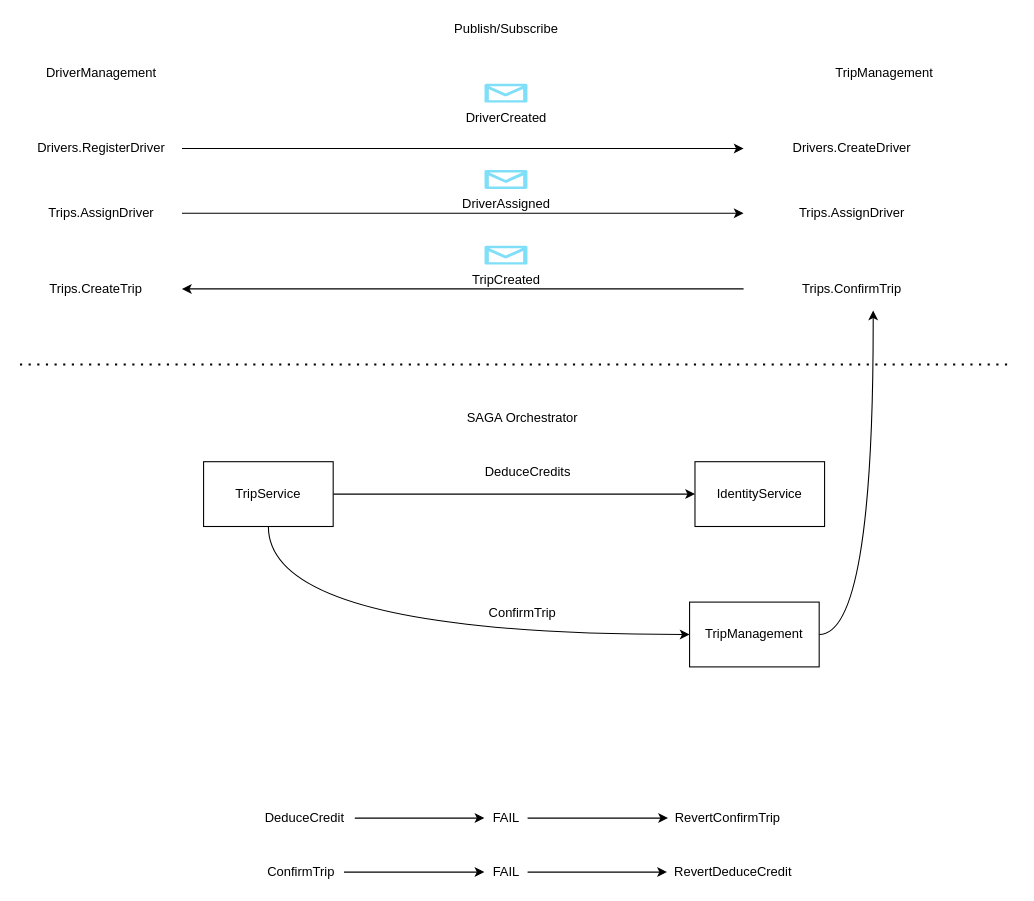
The draw.io diagram page "Page-1" (1 of 2) of UseCases.drawio in kowalski77/DynamicDriving, before the edit. Source tidied: cells renumbered, new cells numbered last; positions are measured from the earlier drawing's top-left corner, leaving out a move shared by most shapes. Both pictures are drawn from the tidied source at 108%, with x=0, y=0 at pixel (19, 18).
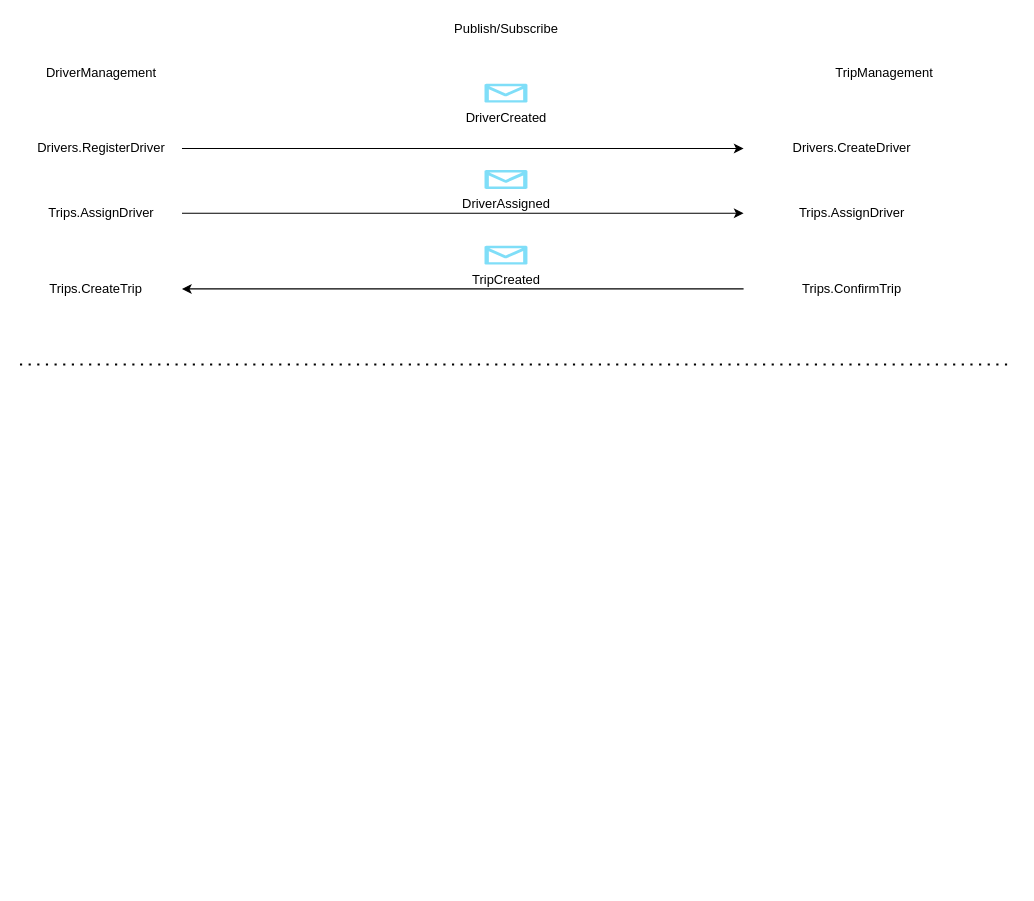
After the change.

What changed in the source:
```diff
@@
-    <mxCell id="17" style="edgeStyle=orthogonalEdgeStyle;curved=1;jettySize=auto;html=1;entryX=0;entryY=0.5;entryDx=0;entryDy=0;" parent="1" edge="1" source="19" target="24">
-      <mxGeometry relative="1" as="geometry">
-        <Array as="points">
-          <mxPoint x="230" y="570" />
-        </Array>
-      </mxGeometry>
-    </mxCell>
-    <mxCell id="18" style="edgeStyle=orthogonalEdgeStyle;curved=1;jettySize=auto;html=1;" parent="1" edge="1" source="19" target="22">
-      <mxGeometry relative="1" as="geometry">
-        <Array as="points">
-          <mxPoint x="540" y="440" />
-          <mxPoint x="540" y="440" />
-        </Array>
-      </mxGeometry>
-    </mxCell>
-    <mxCell id="19" value="TripService" style="rounded=0;whiteSpace=wrap;html=1;sketch=0;shadow=0;glass=0;" parent="1" vertex="1">
-      <mxGeometry x="170" y="410" width="120" height="60" as="geometry" />
-    </mxCell>
-    <mxCell id="20" value="SAGA Orchestrator" style="text;html=1;align=center;verticalAlign=middle;strokeColor=none;fillColor=none;" parent="1" vertex="1">
-      <mxGeometry x="405" y="360" width="120" height="20" as="geometry" />
-    </mxCell>
@@
-    <mxCell id="22" value="IdentityService" style="rounded=0;whiteSpace=wrap;html=1;sketch=0;shadow=0;glass=0;" parent="1" vertex="1">
-      <mxGeometry x="625" y="410" width="120" height="60" as="geometry" />
-    </mxCell>
-    <mxCell id="23" style="edgeStyle=orthogonalEdgeStyle;curved=1;jettySize=auto;html=1;" parent="1" edge="1" source="24">
-      <mxGeometry relative="1" as="geometry">
-        <mxPoint x="790" y="270" as="targetPoint" />
-      </mxGeometry>
-    </mxCell>
-    <mxCell id="24" value="TripManagement" style="rounded=0;whiteSpace=wrap;html=1;sketch=0;shadow=0;glass=0;" parent="1" vertex="1">
-      <mxGeometry x="620" y="540" width="120" height="60" as="geometry" />
-    </mxCell>
-    <mxCell id="25" value="DeduceCredits" style="text;html=1;align=center;verticalAlign=middle;strokeColor=none;fillColor=none;" parent="1" vertex="1">
-      <mxGeometry x="425" y="410" width="90" height="20" as="geometry" />
-    </mxCell>
-    <mxCell id="26" value="ConfirmTrip" style="text;html=1;align=center;verticalAlign=middle;strokeColor=none;fillColor=none;" parent="1" vertex="1">
-      <mxGeometry x="425" y="540" width="80" height="20" as="geometry" />
-    </mxCell>
-    <mxCell id="27" style="edgeStyle=orthogonalEdgeStyle;curved=1;jettySize=auto;html=1;" parent="1" edge="1" source="28">
-      <mxGeometry relative="1" as="geometry">
-        <mxPoint x="430" y="740" as="targetPoint" />
-      </mxGeometry>
-    </mxCell>
-    <mxCell id="28" value="DeduceCredit&amp;nbsp;" style="text;html=1;align=center;verticalAlign=middle;points=[];strokeColor=none;fillColor=none;" parent="1" vertex="1">
-      <mxGeometry x="220" y="730" width="90" height="20" as="geometry" />
-    </mxCell>
-    <mxCell id="29" style="edgeStyle=orthogonalEdgeStyle;curved=1;jettySize=auto;html=1;" parent="1" edge="1" source="30" target="31">
-      <mxGeometry relative="1" as="geometry" />
-    </mxCell>
-    <mxCell id="30" value="FAIL" style="text;html=1;align=center;verticalAlign=middle;points=[];strokeColor=none;fillColor=none;" parent="1" vertex="1">
-      <mxGeometry x="430" y="730" width="40" height="20" as="geometry" />
-    </mxCell>
-    <mxCell id="31" value="RevertConfirmTrip" style="text;html=1;align=center;verticalAlign=middle;points=[];strokeColor=none;fillColor=none;" parent="1" vertex="1">
-      <mxGeometry x="600" y="730" width="110" height="20" as="geometry" />
-    </mxCell>
-    <mxCell id="32" style="edgeStyle=orthogonalEdgeStyle;curved=1;jettySize=auto;html=1;" parent="1" edge="1" source="33" target="35">
-      <mxGeometry relative="1" as="geometry" />
-    </mxCell>
-    <mxCell id="33" value="ConfirmTrip" style="text;html=1;align=center;verticalAlign=middle;points=[];strokeColor=none;fillColor=none;" parent="1" vertex="1">
-      <mxGeometry x="220" y="780" width="80" height="20" as="geometry" />
-    </mxCell>
-    <mxCell id="34" style="edgeStyle=orthogonalEdgeStyle;curved=1;jettySize=auto;html=1;entryX=-0.008;entryY=0.5;entryDx=0;entryDy=0;entryPerimeter=0;" parent="1" edge="1" source="35" target="36">
-      <mxGeometry relative="1" as="geometry" />
-    </mxCell>
-    <mxCell id="35" value="FAIL" style="text;html=1;align=center;verticalAlign=middle;points=[];strokeColor=none;fillColor=none;" parent="1" vertex="1">
-      <mxGeometry x="430" y="780" width="40" height="20" as="geometry" />
-    </mxCell>
-    <mxCell id="36" value="RevertDeduceCredit" style="text;html=1;align=center;verticalAlign=middle;points=[];strokeColor=none;fillColor=none;" parent="1" vertex="1">
-      <mxGeometry x="600" y="780" width="120" height="20" as="geometry" />
-    </mxCell>
```
